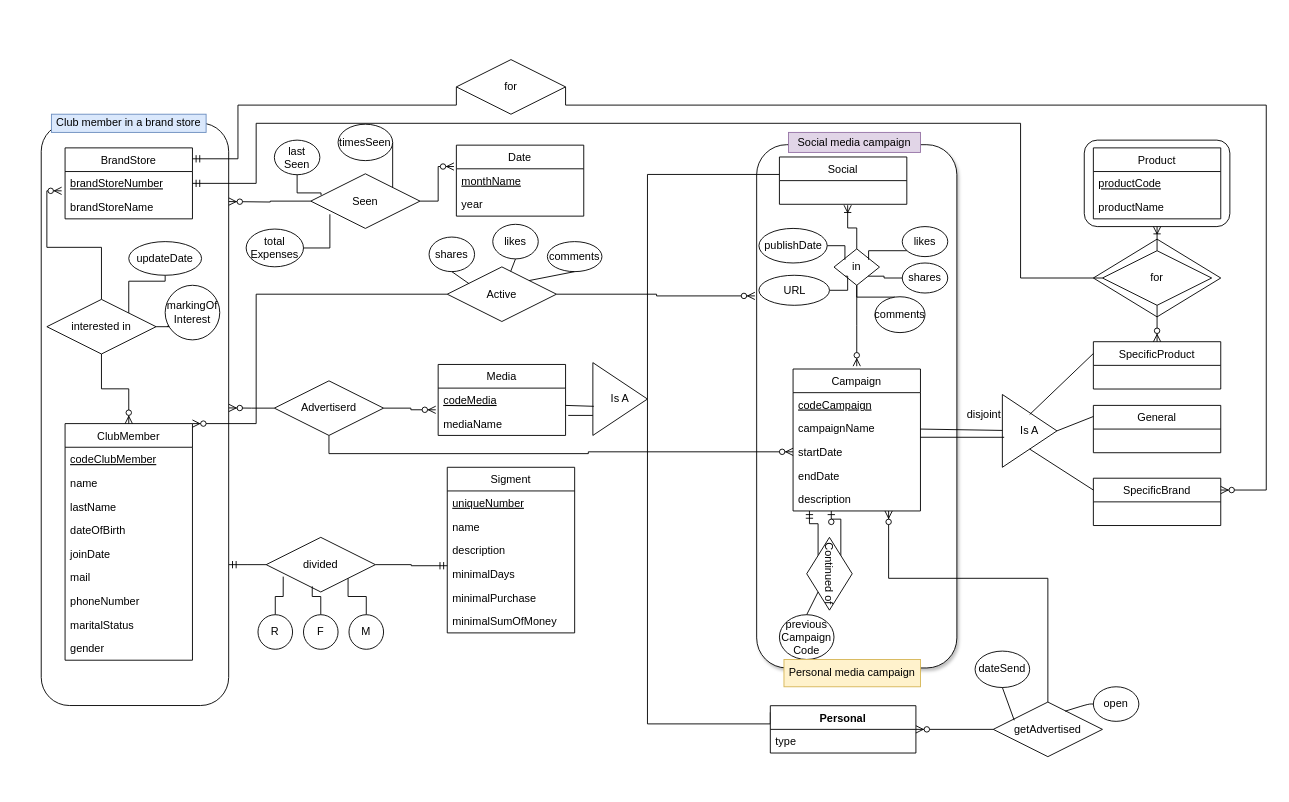
Earlier version of the draw.io diagram תרגיל בית 1 עד ה18.11/Solution2_HW1_Diagram.drawio (Kfir-G/DataBases-ERD_diagrams). Source tidied: cells renumbered, new cells numbered last; positions are measured from the earlier drawing's top-left corner, leaving out a move shared by most shapes. Both pictures are drawn from the tidied source at 91%, with x=0, y=0 at pixel (-157, 59).
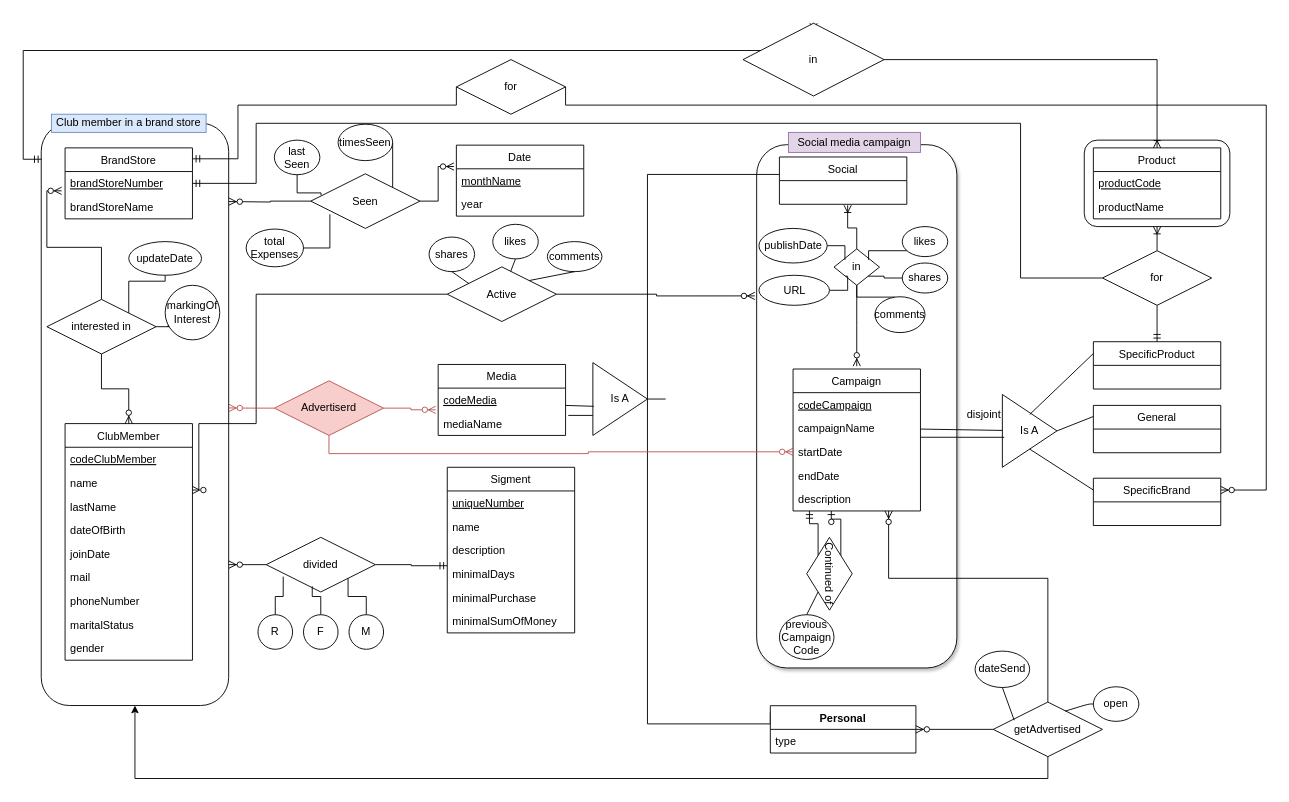
The same page after the edit.

The change refers to these unchanged cells:
```xml
<mxCell id="4" style="rounded=1;whiteSpace=wrap;html=1;rotation=90;" parent="1" vertex="1">
  <mxGeometry x="-0.2" y="286.8" width="640" height="206" as="geometry" />
</mxCell>
<mxCell id="9" value="startDate" style="text;strokeColor=none;fillColor=none;align=left;verticalAlign=top;spacingLeft=4;spacingRight=4;overflow=hidden;points=[[0,0.5],[1,0.5]];portConstraint=eastwest;" parent="6" vertex="1">
  <mxGeometry y="78" width="140" height="26" as="geometry" />
</mxCell>
<mxCell id="12" value="Social" style="swimlane;fontStyle=0;horizontal=1;startSize=26;fillColor=none;" parent="1" vertex="1">
  <mxGeometry x="1028" y="107" width="140" height="52" as="geometry" />
</mxCell>
<mxCell id="18" value="Is A" style="triangle;whiteSpace=wrap;html=1;" parent="1" vertex="1">
  <mxGeometry x="823" y="333" width="60" height="80" as="geometry" />
</mxCell>
<mxCell id="22" value="SpecificProduct" style="swimlane;fontStyle=0;horizontal=1;startSize=26;fillColor=none;" parent="1" vertex="1">
  <mxGeometry x="1373" y="310" width="140" height="52" as="geometry" />
</mxCell>
<mxCell id="32" value="for" style="shape=rhombus;perimeter=rhombusPerimeter;whiteSpace=wrap;html=1;align=center;" parent="1" vertex="1">
  <mxGeometry x="1383" y="210" width="120" height="60" as="geometry" />
</mxCell>
<mxCell id="33" value="Product" style="swimlane;fontStyle=0;horizontal=1;startSize=26;fillColor=none;" parent="1" vertex="1">
  <mxGeometry x="1373" y="97" width="140" height="78" as="geometry" />
</mxCell>
<mxCell id="36" value="ClubMember" style="swimlane;fontStyle=0;horizontal=1;startSize=26;fillColor=none;" parent="1" vertex="1">
  <mxGeometry x="243" y="400" width="140" height="260" as="geometry" />
</mxCell>
<mxCell id="47" value="codeMedia" style="text;strokeColor=none;fillColor=none;align=left;verticalAlign=top;spacingLeft=4;spacingRight=4;overflow=hidden;points=[[0,0.5],[1,0.5]];portConstraint=eastwest;fontStyle=4;" parent="46" vertex="1">
  <mxGeometry y="26" width="140" height="26" as="geometry" />
</mxCell>
<mxCell id="68" value="divided" style="shape=rhombus;perimeter=rhombusPerimeter;whiteSpace=wrap;html=1;align=center;" parent="1" vertex="1">
  <mxGeometry x="464" y="525" width="120" height="60" as="geometry" />
</mxCell>
<mxCell id="77" value="Active" style="shape=rhombus;perimeter=rhombusPerimeter;whiteSpace=wrap;html=1;align=center;" parent="1" vertex="1">
  <mxGeometry x="663" y="227.8" width="120" height="60" as="geometry" />
</mxCell>
<mxCell id="127" value="getAdvertised" style="shape=rhombus;perimeter=rhombusPerimeter;whiteSpace=wrap;html=1;align=center;" parent="1" vertex="1">
  <mxGeometry x="1263" y="706" width="120" height="60" as="geometry" />
</mxCell>
```

What changed in the source:
```diff
@@
-    <mxCell id="2" style="shape=rhombus;perimeter=rhombusPerimeter;whiteSpace=wrap;html=1;align=center;" parent="1" vertex="1">
-      <mxGeometry x="1373" y="197.3" width="140" height="85.4" as="geometry" />
-    </mxCell>
@@
-    <mxCell id="16" style="edgeStyle=orthogonalEdgeStyle;rounded=0;jettySize=auto;html=1;entryX=-0.002;entryY=0.369;entryDx=0;entryDy=0;entryPerimeter=0;endArrow=none;endFill=0;" parent="1" edge="1" source="18" target="12">
+    <mxCell id="16" style="edgeStyle=orthogonalEdgeStyle;rounded=0;jettySize=auto;html=1;entryX=-0.002;entryY=0.369;entryDx=0;entryDy=0;entryPerimeter=0;endArrow=none;endFill=0;" parent="1" edge="1" target="12">
       <mxGeometry relative="1" as="geometry">
+        <mxPoint x="903" y="373" as="sourcePoint" />
         <Array as="points">
           <mxPoint x="883" y="126" />
         </Array>
       </mxGeometry>
     </mxCell>
@@
-    <mxCell id="30" style="edgeStyle=orthogonalEdgeStyle;rounded=0;jettySize=auto;html=1;entryX=0.5;entryY=0;entryDx=0;entryDy=0;endArrow=ERzeroToMany;endFill=1;" parent="1" edge="1" source="32" target="22">
+    <mxCell id="30" style="edgeStyle=orthogonalEdgeStyle;rounded=0;jettySize=auto;html=1;entryX=0.5;entryY=0;entryDx=0;entryDy=0;endArrow=ERmandOne;endFill=0;" parent="1" edge="1" source="32" target="22">
       <mxGeometry relative="1" as="geometry" />
     </mxCell>
@@
+    <mxCell id="132" style="edgeStyle=orthogonalEdgeStyle;rounded=0;jettySize=auto;html=1;entryX=0.062;entryY=0.997;entryDx=0;entryDy=0;entryPerimeter=0;endArrow=ERmandOne;endFill=0;exitX=0.5;exitY=0;exitDx=0;exitDy=0;startArrow=ERoneToMany;startFill=0;" parent="1" edge="1" source="135" target="4">
+      <mxGeometry relative="1" as="geometry">
+        <Array as="points">
+          <mxPoint x="197" y="-10" />
+          <mxPoint x="197" y="109" />
+        </Array>
+      </mxGeometry>
+    </mxCell>
@@
-    <mxCell id="66" style="edgeStyle=orthogonalEdgeStyle;rounded=0;jettySize=auto;html=1;endArrow=ERmandOne;endFill=0;" parent="1" edge="1" source="68">
+    <mxCell id="66" style="edgeStyle=orthogonalEdgeStyle;rounded=0;jettySize=auto;html=1;endArrow=ERzeroToMany;endFill=1;" parent="1" edge="1" source="68">
       <mxGeometry relative="1" as="geometry">
         <mxPoint x="423" y="555" as="targetPoint" />
       </mxGeometry>
     </mxCell>
@@
-    <mxCell id="76" style="edgeStyle=orthogonalEdgeStyle;rounded=0;jettySize=auto;html=1;entryX=1;entryY=0;entryDx=0;entryDy=0;endArrow=ERzeroToMany;endFill=1;" parent="1" edge="1" source="77" target="36">
+    <mxCell id="76" style="edgeStyle=orthogonalEdgeStyle;rounded=0;jettySize=auto;html=1;endArrow=ERzeroToMany;endFill=1;" parent="1" edge="1" source="77">
       <mxGeometry relative="1" as="geometry">
+        <mxPoint x="383" y="473" as="targetPoint" />
         <Array as="points">
           <mxPoint x="453" y="258" />
           <mxPoint x="453" y="400" />
+          <mxPoint x="390" y="400" />
+          <mxPoint x="390" y="473" />
         </Array>
       </mxGeometry>
     </mxCell>
@@
-    <mxCell id="78" style="edgeStyle=orthogonalEdgeStyle;rounded=0;jettySize=auto;html=1;entryX=0.489;entryY=-0.001;entryDx=0;entryDy=0;entryPerimeter=0;endArrow=ERzeroToMany;endFill=1;" parent="1" edge="1" source="81" target="4">
+    <mxCell id="78" style="edgeStyle=orthogonalEdgeStyle;rounded=0;jettySize=auto;html=1;entryX=0.489;entryY=-0.001;entryDx=0;entryDy=0;entryPerimeter=0;endArrow=ERzeroToMany;endFill=1;fillColor=#f8cecc;strokeColor=#b85450;" parent="1" edge="1" source="81" target="4">
       <mxGeometry relative="1" as="geometry" />
     </mxCell>
-    <mxCell id="79" style="edgeStyle=orthogonalEdgeStyle;rounded=0;jettySize=auto;html=1;exitX=1;exitY=0.5;exitDx=0;exitDy=0;entryX=-0.019;entryY=0.917;entryDx=0;entryDy=0;entryPerimeter=0;endArrow=ERzeroToMany;endFill=1;" parent="1" edge="1" source="81" target="47">
+    <mxCell id="79" style="edgeStyle=orthogonalEdgeStyle;rounded=0;jettySize=auto;html=1;exitX=1;exitY=0.5;exitDx=0;exitDy=0;entryX=-0.019;entryY=0.917;entryDx=0;entryDy=0;entryPerimeter=0;endArrow=ERzeroToMany;endFill=1;fillColor=#f8cecc;strokeColor=#b85450;" parent="1" edge="1" source="81" target="47">
       <mxGeometry relative="1" as="geometry" />
     </mxCell>
-    <mxCell id="80" style="edgeStyle=orthogonalEdgeStyle;rounded=0;jettySize=auto;html=1;entryX=0;entryY=0.5;entryDx=0;entryDy=0;endArrow=ERzeroToMany;endFill=1;" parent="1" edge="1" source="81" target="9">
+    <mxCell id="80" style="edgeStyle=orthogonalEdgeStyle;rounded=0;jettySize=auto;html=1;entryX=0;entryY=0.5;entryDx=0;entryDy=0;endArrow=ERzeroToMany;endFill=1;fillColor=#f8cecc;strokeColor=#b85450;" parent="1" edge="1" source="81" target="9">
       <mxGeometry relative="1" as="geometry">
         <Array as="points">
           <mxPoint x="533" y="433" />
           <mxPoint x="818" y="433" />
           <mxPoint x="818" y="431" />
         </Array>
       </mxGeometry>
     </mxCell>
-    <mxCell id="81" value="Advertiserd" style="shape=rhombus;perimeter=rhombusPerimeter;whiteSpace=wrap;html=1;align=center;" parent="1" vertex="1">
+    <mxCell id="81" value="Advertiserd" style="shape=rhombus;perimeter=rhombusPerimeter;whiteSpace=wrap;html=1;align=center;fillColor=#f8cecc;strokeColor=#b85450;" parent="1" vertex="1">
       <mxGeometry x="473" y="353" width="120" height="60" as="geometry" />
     </mxCell>
@@
-    <mxCell id="115" value="Personal media campaign" style="text;html=1;strokeColor=#d6b656;fillColor=#fff2cc;align=center;verticalAlign=middle;whiteSpace=wrap;rounded=0;shadow=0;glass=0;rotation=0;" parent="1" vertex="1">
-      <mxGeometry x="1033" y="659.2" width="150" height="30" as="geometry" />
-    </mxCell>
@@
+    <mxCell id="133" style="edgeStyle=orthogonalEdgeStyle;rounded=0;jettySize=auto;html=1;entryX=1;entryY=0.5;entryDx=0;entryDy=0;" parent="1" edge="1" source="127" target="4">
+      <mxGeometry relative="1" as="geometry">
+        <Array as="points">
+          <mxPoint x="1323" y="790" />
+          <mxPoint x="320" y="790" />
+        </Array>
+      </mxGeometry>
+    </mxCell>
@@
+    <mxCell id="134" style="edgeStyle=orthogonalEdgeStyle;rounded=0;jettySize=auto;html=1;startArrow=none;startFill=0;endArrow=ERoneToMany;endFill=0;" parent="1" edge="1" source="135" target="33">
+      <mxGeometry relative="1" as="geometry" />
+    </mxCell>
+    <mxCell id="135" value="in" style="rhombus;whiteSpace=wrap;html=1;" parent="1" vertex="1">
+      <mxGeometry x="988" y="-40" width="155" height="80" as="geometry" />
+    </mxCell>
```
